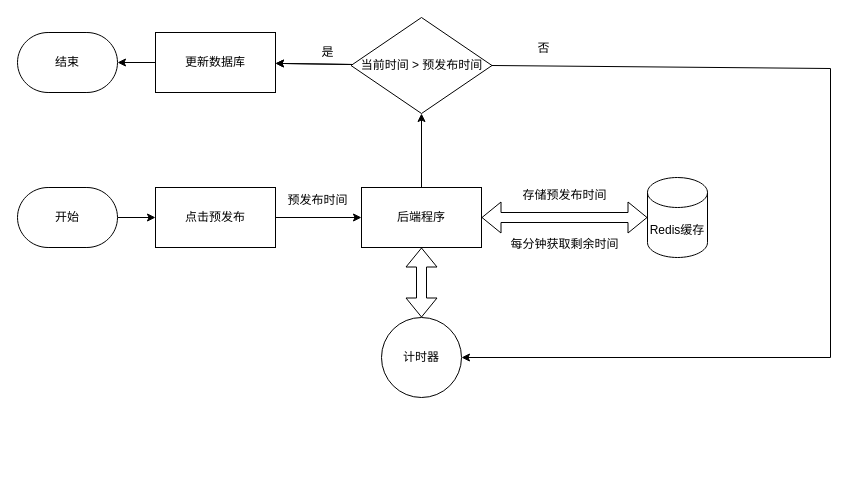
Sakeyuan/Web-ExaminationSystem keeps this draw.io diagram as examinationSystemVue/src/4-3-7.drawio. Above is the earlier version. Source tidied: cells renumbered, new cells numbered last; positions are measured from the earlier drawing's top-left corner, leaving out a move shared by most shapes. Both pictures are drawn from the tidied source at 100%, with x=0, y=0 at pixel (17, 17).
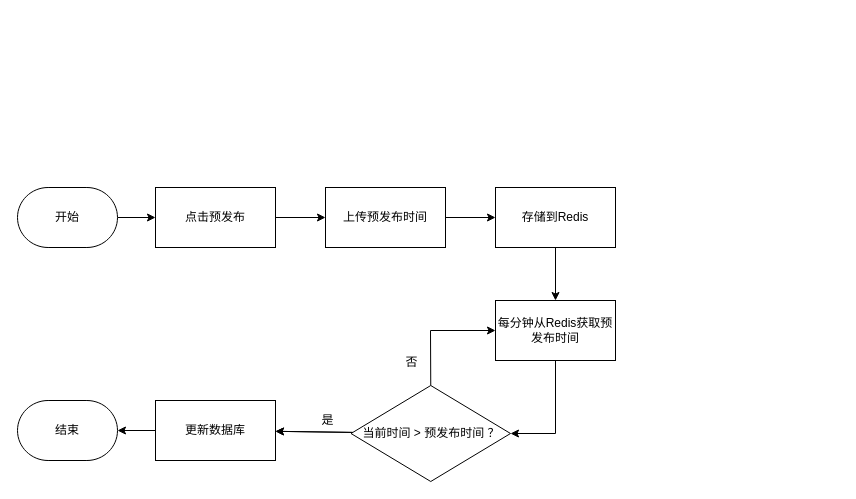
After the change.

Diff of the diagram source:
```diff
@@
-    <mxCell id="4" style="edgeStyle=none;html=1;exitX=0.5;exitY=0;exitDx=0;exitDy=0;entryX=0.5;entryY=1;entryDx=0;entryDy=0;strokeColor=#000000;fontFamily=Helvetica;fontSize=12;fontColor=default;strokeWidth=1;" parent="1" edge="1" source="5" target="15">
-      <mxGeometry relative="1" as="geometry" />
-    </mxCell>
+    <mxCell id="24" style="edgeStyle=none;html=1;" parent="1" edge="1" source="5">
+      <mxGeometry relative="1" as="geometry">
+        <mxPoint x="339" y="189.4" as="targetPoint" />
+      </mxGeometry>
+    </mxCell>
+    <mxCell id="25" style="edgeStyle=none;html=1;strokeColor=#000000;" parent="1" edge="1" source="5" target="28">
+      <mxGeometry relative="1" as="geometry" />
+    </mxCell>
-    <mxCell id="5" value="后端程序" style="rounded=0;whiteSpace=wrap;html=1;fillColor=#FFFFFF;strokeColor=#000000;fontColor=#000000;strokeWidth=1;" parent="1" vertex="1">
-      <mxGeometry x="344" y="170" width="120" height="60" as="geometry" />
+    <mxCell id="5" value="上传&lt;span style=&quot;&quot;&gt;预发布时间&lt;/span&gt;" style="rounded=0;whiteSpace=wrap;html=1;fillColor=#FFFFFF;strokeColor=#000000;fontColor=#000000;strokeWidth=1;" parent="1" vertex="1">
+      <mxGeometry x="308" y="170" width="120" height="60" as="geometry" />
     </mxCell>
-    <mxCell id="6" value="&lt;font color=&quot;#000000&quot;&gt;预发布时间&lt;/font&gt;" style="text;html=1;align=center;verticalAlign=middle;strokeColor=none;fillColor=none;strokeWidth=1;" parent="1" vertex="1">
-      <mxGeometry x="261" y="170" width="78" height="26" as="geometry" />
-    </mxCell>
-    <mxCell id="7" value="Redis缓存" style="shape=cylinder3;whiteSpace=wrap;html=1;boundedLbl=1;backgroundOutline=1;size=15;fontColor=#000000;fillColor=#FFFFFF;strokeColor=#000000;strokeWidth=1;" parent="1" vertex="1">
-      <mxGeometry x="630" y="160" width="60" height="80" as="geometry" />
-    </mxCell>
-    <mxCell id="8" style="shape=flexArrow;endArrow=classic;startArrow=classic;html=1;strokeColor=#000000;fontColor=#000000;entryX=0;entryY=0.5;entryDx=0;entryDy=0;entryPerimeter=0;exitX=1;exitY=0.5;exitDx=0;exitDy=0;strokeWidth=1;" parent="1" edge="1" source="5" target="7">
-      <mxGeometry relative="1" as="geometry" />
-    </mxCell>
-    <mxCell id="9" value="计时器" style="ellipse;whiteSpace=wrap;html=1;rounded=0;fillColor=#FFFFFF;strokeColor=#000000;fontColor=#000000;strokeWidth=1;" parent="1" vertex="1">
-      <mxGeometry x="364" y="300" width="80" height="80" as="geometry" />
-    </mxCell>
-    <mxCell id="10" style="shape=flexArrow;endArrow=classic;startArrow=classic;html=1;strokeColor=#000000;fontColor=#000000;entryX=0.5;entryY=0;entryDx=0;entryDy=0;exitX=0.5;exitY=1;exitDx=0;exitDy=0;strokeWidth=1;" parent="1" edge="1" source="5" target="9">
-      <mxGeometry relative="1" as="geometry" />
-    </mxCell>
-    <mxCell id="11" value="&lt;font color=&quot;#000000&quot;&gt;存储预发布时间&lt;/font&gt;" style="text;html=1;align=center;verticalAlign=middle;strokeColor=none;fillColor=none;strokeWidth=1;" parent="1" vertex="1">
-      <mxGeometry x="496" y="165" width="102" height="26" as="geometry" />
-    </mxCell>
@@
-    <mxCell id="14" style="edgeStyle=none;html=1;exitX=1;exitY=0.5;exitDx=0;exitDy=0;entryX=1;entryY=0.5;entryDx=0;entryDy=0;strokeColor=#000000;strokeWidth=1;fontColor=#000000;rounded=0;" parent="1" edge="1" source="15" target="9">
-      <mxGeometry relative="1" as="geometry">
-        <Array as="points">
-          <mxPoint x="813" y="51" />
-          <mxPoint x="813" y="340" />
-        </Array>
-      </mxGeometry>
-    </mxCell>
+    <mxCell id="26" style="edgeStyle=none;html=1;exitX=0.5;exitY=0;exitDx=0;exitDy=0;entryX=0;entryY=0.5;entryDx=0;entryDy=0;strokeColor=#000000;rounded=0;" parent="1" edge="1" source="15" target="30">
+      <mxGeometry relative="1" as="geometry">
+        <Array as="points">
+          <mxPoint x="413" y="313" />
+        </Array>
+      </mxGeometry>
+    </mxCell>
-    <mxCell id="15" value="当前时间 &amp;gt; 预发布时间" style="rhombus;whiteSpace=wrap;html=1;rounded=0;strokeColor=#000000;fontFamily=Helvetica;fontSize=12;fontColor=#000000;fillColor=#FFFFFF;strokeWidth=1;" parent="1" vertex="1">
-      <mxGeometry x="333.5" width="141" height="96" as="geometry" />
+    <mxCell id="15" value="当前时间 &amp;gt; 预发布时间 ？" style="rhombus;whiteSpace=wrap;html=1;rounded=0;strokeColor=#000000;fontFamily=Helvetica;fontSize=12;fontColor=#000000;fillColor=#FFFFFF;strokeWidth=1;" parent="1" vertex="1">
+      <mxGeometry x="333.5" y="368" width="159.5" height="96" as="geometry" />
     </mxCell>
@@
-    <mxCell id="18" value="每分钟获取剩余时间" style="text;html=1;align=center;verticalAlign=middle;strokeColor=none;fillColor=none;fontColor=#000000;" parent="1" vertex="1">
-      <mxGeometry x="484" y="214" width="126" height="26" as="geometry" />
-    </mxCell>
@@
     <mxCell id="20" value="更新数据库" style="whiteSpace=wrap;html=1;fillColor=#FFFFFF;strokeColor=#000000;fontColor=#000000;rounded=0;strokeWidth=1;" parent="1" vertex="1">
-      <mxGeometry x="138" y="15" width="120" height="60" as="geometry" />
+      <mxGeometry x="138" y="383" width="120" height="60" as="geometry" />
     </mxCell>
     <mxCell id="21" value="结束" style="strokeWidth=1;html=1;shape=mxgraph.flowchart.terminator;whiteSpace=wrap;strokeColor=#000000;fontColor=#000000;fillColor=#FFFFFF;" parent="1" vertex="1">
-      <mxGeometry y="15" width="100" height="60" as="geometry" />
+      <mxGeometry y="383" width="100" height="60" as="geometry" />
     </mxCell>
     <mxCell id="22" value="是" style="text;html=1;align=center;verticalAlign=middle;strokeColor=none;fillColor=none;fontColor=#000000;" parent="1" vertex="1">
-      <mxGeometry x="295" y="22" width="30" height="26" as="geometry" />
+      <mxGeometry x="295" y="390" width="30" height="26" as="geometry" />
     </mxCell>
+    <mxCell id="27" style="edgeStyle=none;html=1;strokeColor=#000000;" parent="1" edge="1" source="28" target="30">
+      <mxGeometry relative="1" as="geometry" />
+    </mxCell>
+    <mxCell id="28" value="存储到Redis" style="rounded=0;whiteSpace=wrap;html=1;fillColor=#FFFFFF;strokeColor=#000000;fontColor=#000000;strokeWidth=1;" parent="1" vertex="1">
+      <mxGeometry x="478" y="170" width="120" height="60" as="geometry" />
+    </mxCell>
+    <mxCell id="29" style="edgeStyle=none;html=1;exitX=0.5;exitY=1;exitDx=0;exitDy=0;entryX=1;entryY=0.5;entryDx=0;entryDy=0;strokeColor=#000000;rounded=0;" parent="1" edge="1" source="30" target="15">
+      <mxGeometry relative="1" as="geometry">
+        <Array as="points">
+          <mxPoint x="538" y="416" />
+        </Array>
+      </mxGeometry>
+    </mxCell>
+    <mxCell id="30" value="每分钟从Redis获取预发布时间" style="whiteSpace=wrap;html=1;fillColor=#FFFFFF;strokeColor=#000000;fontColor=#000000;rounded=0;strokeWidth=1;" parent="1" vertex="1">
+      <mxGeometry x="478" y="283" width="120" height="60" as="geometry" />
+    </mxCell>
-    <mxCell id="23" value="否" style="text;html=1;align=center;verticalAlign=middle;strokeColor=none;fillColor=none;fontColor=#000000;" parent="1" vertex="1">
-      <mxGeometry x="511" y="18" width="30" height="26" as="geometry" />
+    <mxCell id="23" value="&lt;font color=&quot;#000000&quot;&gt;否&lt;/font&gt;" style="text;html=1;align=center;verticalAlign=middle;strokeColor=none;fillColor=none;" parent="1" vertex="1">
+      <mxGeometry x="379" y="332" width="30" height="26" as="geometry" />
     </mxCell>
```
